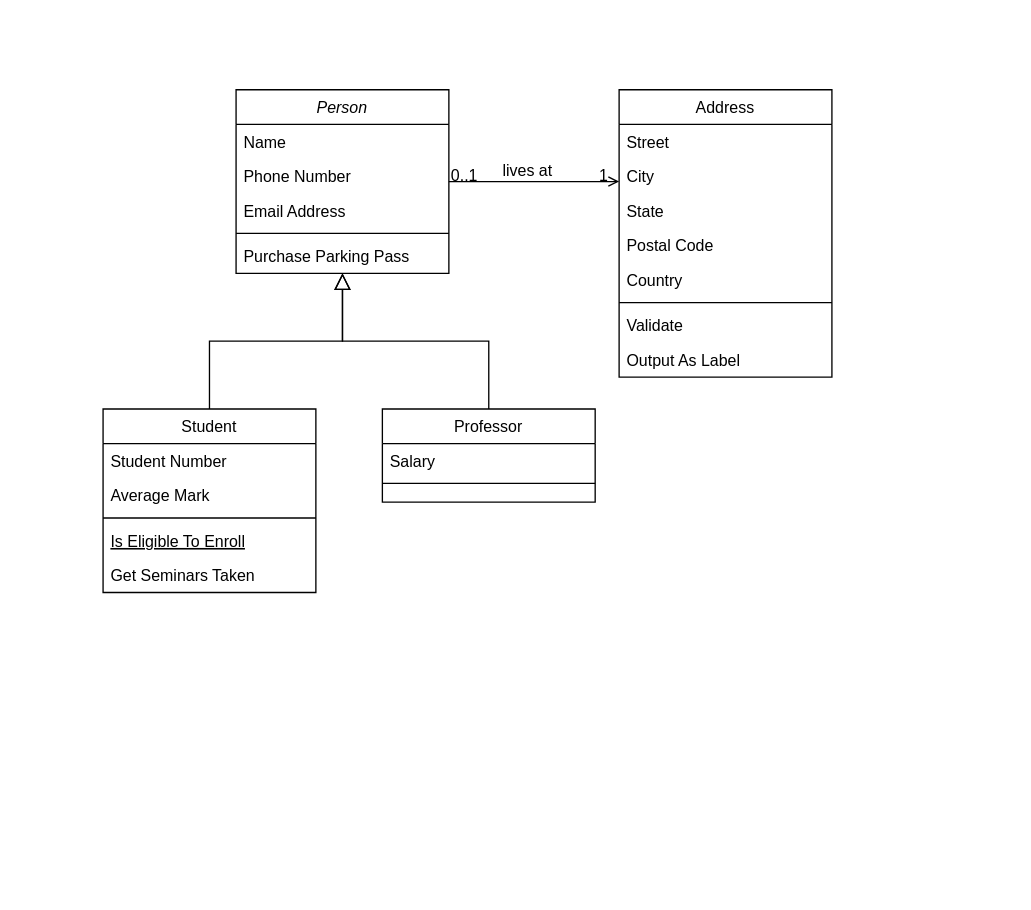
This is potteryEcommerce.drawio from crisjumbo/diagrams, a draw.io file, before an edit. Source tidied: cells renumbered, new cells numbered last; positions are measured from the earlier drawing's top-left corner, leaving out a move shared by most shapes. Both pictures are drawn from the tidied source at 133%, with x=0, y=0 at pixel (102, 89).
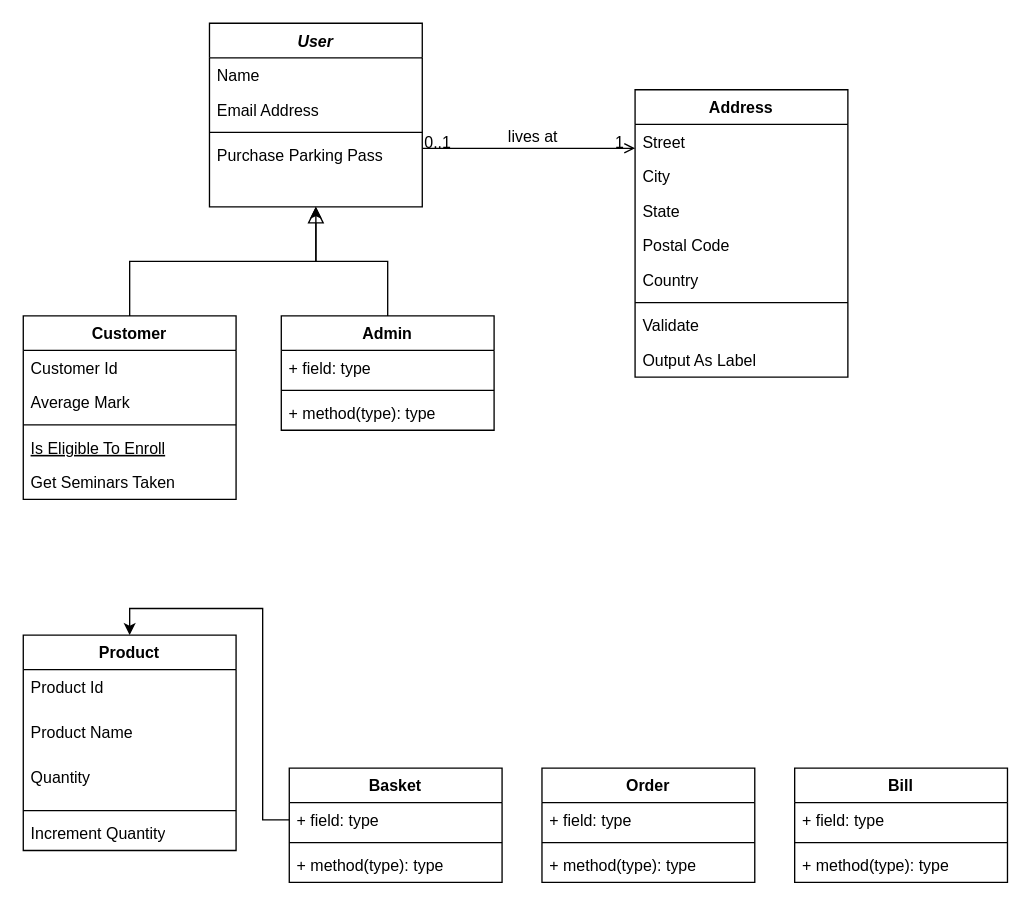
The same diagram, later.

What changed in the source:
```diff
@@
-    <mxCell id="2" value="Person" style="swimlane;fontStyle=2;align=center;verticalAlign=top;horizontal=1;startSize=26;rounded=0;shadow=0;strokeWidth=1;" parent="1" vertex="1">
-      <mxGeometry x="100" width="160" height="138" as="geometry" />
+    <mxCell id="2" value="User" style="swimlane;fontStyle=3;align=center;verticalAlign=top;horizontal=1;startSize=26;rounded=0;shadow=0;strokeWidth=1;" parent="1" vertex="1">
+      <mxGeometry x="80" y="-50" width="160" height="138" as="geometry" />
     </mxCell>
@@
-    <mxCell id="4" value="Phone Number" style="text;align=left;verticalAlign=top;spacingLeft=4;spacingRight=4;overflow=hidden;rounded=0;shadow=0;html=0;" parent="2" vertex="1">
-      <mxGeometry y="52" width="160" height="26" as="geometry" />
-    </mxCell>
     <mxCell id="5" value="Email Address" style="text;align=left;verticalAlign=top;spacingLeft=4;spacingRight=4;overflow=hidden;rounded=0;shadow=0;html=0;" parent="2" vertex="1">
-      <mxGeometry y="78" width="160" height="26" as="geometry" />
+      <mxGeometry y="52" width="160" height="26" as="geometry" />
     </mxCell>
     <mxCell id="6" style="line;html=1;strokeWidth=1;align=left;verticalAlign=middle;spacingTop=-1;spacingLeft=3;spacingRight=3;labelPosition=right;" parent="2" vertex="1">
-      <mxGeometry y="104" width="160" height="8" as="geometry" />
+      <mxGeometry y="78" width="160" height="8" as="geometry" />
     </mxCell>
     <mxCell id="7" value="Purchase Parking Pass" style="text;align=left;verticalAlign=top;spacingLeft=4;spacingRight=4;overflow=hidden;" parent="2" vertex="1">
-      <mxGeometry y="112" width="160" height="26" as="geometry" />
+      <mxGeometry y="86" width="160" height="26" as="geometry" />
     </mxCell>
-    <mxCell id="8" value="Student" style="swimlane;fontStyle=0;align=center;verticalAlign=top;horizontal=1;startSize=26;rounded=0;shadow=0;strokeWidth=1;" parent="1" vertex="1">
-      <mxGeometry y="240" width="160" height="138" as="geometry" />
+    <mxCell id="8" value="Customer" style="swimlane;fontStyle=1;align=center;verticalAlign=top;horizontal=1;startSize=26;rounded=0;shadow=0;strokeWidth=1;" parent="1" vertex="1">
+      <mxGeometry x="-60" y="170" width="160" height="138" as="geometry" />
     </mxCell>
-    <mxCell id="9" value="Student Number" style="text;align=left;verticalAlign=top;spacingLeft=4;spacingRight=4;overflow=hidden;" parent="8" vertex="1">
+    <mxCell id="9" value="Customer Id" style="text;align=left;verticalAlign=top;spacingLeft=4;spacingRight=4;overflow=hidden;" parent="8" vertex="1">
       <mxGeometry y="26" width="160" height="26" as="geometry" />
     </mxCell>
@@
-    <mxCell id="15" value="Professor" style="swimlane;fontStyle=0;align=center;verticalAlign=top;horizontal=1;startSize=26;rounded=0;shadow=0;strokeWidth=1;" parent="1" vertex="1">
-      <mxGeometry x="210" y="240" width="160" height="70" as="geometry" />
-    </mxCell>
-    <mxCell id="16" value="Salary" style="text;align=left;verticalAlign=top;spacingLeft=4;spacingRight=4;overflow=hidden;" parent="15" vertex="1">
-      <mxGeometry y="26" width="160" height="26" as="geometry" />
-    </mxCell>
-    <mxCell id="17" style="line;html=1;strokeWidth=1;align=left;verticalAlign=middle;spacingTop=-1;spacingLeft=3;spacingRight=3;labelPosition=right;" parent="15" vertex="1">
-      <mxGeometry y="52" width="160" height="8" as="geometry" />
-    </mxCell>
-    <mxCell id="18" style="endArrow=block;endSize=10;endFill=0;shadow=0;strokeWidth=1;rounded=0;curved=0;edgeStyle=elbowEdgeStyle;elbow=vertical;" parent="1" edge="1" source="15" target="2">
-      <mxGeometry relative="1" as="geometry" />
-    </mxCell>
-    <mxCell id="19" value="Address" style="swimlane;fontStyle=0;align=center;verticalAlign=top;horizontal=1;startSize=26;rounded=0;shadow=0;strokeWidth=1;" parent="1" vertex="1">
-      <mxGeometry x="388" width="160" height="216" as="geometry" />
+    <mxCell id="19" value="Address" style="swimlane;fontStyle=1;align=center;verticalAlign=top;horizontal=1;startSize=26;rounded=0;shadow=0;strokeWidth=1;" parent="1" vertex="1">
+      <mxGeometry x="400" width="160" height="216" as="geometry" />
     </mxCell>
@@
+    <mxCell id="32" value="Product" style="swimlane;fontStyle=1;align=center;verticalAlign=top;horizontal=1;startSize=26;whiteSpace=wrap;html=1;" parent="1" vertex="1">
+      <mxGeometry x="-60" y="410" width="160" height="162" as="geometry" />
+    </mxCell>
+    <mxCell id="33" value="Product Id" style="text;strokeColor=none;fillColor=none;align=left;verticalAlign=top;spacingLeft=4;spacingRight=4;overflow=hidden;whiteSpace=wrap;html=1;" parent="32" vertex="1">
+      <mxGeometry y="26" width="160" height="34" as="geometry" />
+    </mxCell>
+    <mxCell id="34" value="Product Name" style="text;strokeColor=none;fillColor=none;align=left;verticalAlign=top;spacingLeft=4;spacingRight=4;overflow=hidden;whiteSpace=wrap;html=1;" parent="32" vertex="1">
+      <mxGeometry y="60" width="160" height="34" as="geometry" />
+    </mxCell>
+    <mxCell id="35" value="Quantity" style="text;strokeColor=none;fillColor=none;align=left;verticalAlign=top;spacingLeft=4;spacingRight=4;overflow=hidden;whiteSpace=wrap;html=1;" parent="32" vertex="1">
+      <mxGeometry y="94" width="160" height="34" as="geometry" />
+    </mxCell>
+    <mxCell id="36" style="line;strokeWidth=1;fillColor=none;align=left;verticalAlign=middle;spacingTop=-1;spacingLeft=3;spacingRight=3;labelPosition=right;strokeColor=inherit;" parent="32" vertex="1">
+      <mxGeometry y="128" width="160" height="8" as="geometry" />
+    </mxCell>
+    <mxCell id="37" value="Increment Quantity" style="text;strokeColor=none;fillColor=none;align=left;verticalAlign=top;spacingLeft=4;spacingRight=4;overflow=hidden;whiteSpace=wrap;html=1;" parent="32" vertex="1">
+      <mxGeometry y="136" width="160" height="26" as="geometry" />
+    </mxCell>
+    <mxCell id="38" value="Basket" style="swimlane;fontStyle=1;align=center;verticalAlign=top;horizontal=1;startSize=26;whiteSpace=wrap;html=1;" parent="1" vertex="1">
+      <mxGeometry x="140" y="510" width="160" height="86" as="geometry" />
+    </mxCell>
+    <mxCell id="39" value="+ field: type" style="text;strokeColor=none;fillColor=none;align=left;verticalAlign=top;spacingLeft=4;spacingRight=4;overflow=hidden;points=[[0,0.5],[1,0.5]];portConstraint=eastwest;whiteSpace=wrap;html=1;" parent="38" vertex="1">
+      <mxGeometry y="26" width="160" height="26" as="geometry" />
+    </mxCell>
+    <mxCell id="40" style="line;strokeWidth=1;fillColor=none;align=left;verticalAlign=middle;spacingTop=-1;spacingLeft=3;spacingRight=3;labelPosition=right;strokeColor=inherit;" parent="38" vertex="1">
+      <mxGeometry y="52" width="160" height="8" as="geometry" />
+    </mxCell>
+    <mxCell id="41" value="+ method(type): type" style="text;strokeColor=none;fillColor=none;align=left;verticalAlign=top;spacingLeft=4;spacingRight=4;overflow=hidden;whiteSpace=wrap;html=1;" parent="38" vertex="1">
+      <mxGeometry y="60" width="160" height="26" as="geometry" />
+    </mxCell>
+    <mxCell id="42" style="edgeStyle=orthogonalEdgeStyle;rounded=0;jettySize=auto;html=1;entryX=0.5;entryY=0;entryDx=0;entryDy=0;" parent="1" edge="1" source="39" target="32">
+      <mxGeometry relative="1" as="geometry" />
+    </mxCell>
+    <mxCell id="43" value="Order" style="swimlane;fontStyle=1;align=center;verticalAlign=top;horizontal=1;startSize=26;whiteSpace=wrap;html=1;" parent="1" vertex="1">
+      <mxGeometry x="330" y="510" width="160" height="86" as="geometry" />
+    </mxCell>
+    <mxCell id="44" value="+ field: type" style="text;strokeColor=none;fillColor=none;align=left;verticalAlign=top;spacingLeft=4;spacingRight=4;overflow=hidden;whiteSpace=wrap;html=1;" parent="43" vertex="1">
+      <mxGeometry y="26" width="160" height="26" as="geometry" />
+    </mxCell>
+    <mxCell id="45" style="line;strokeWidth=1;fillColor=none;align=left;verticalAlign=middle;spacingTop=-1;spacingLeft=3;spacingRight=3;labelPosition=right;strokeColor=inherit;" parent="43" vertex="1">
+      <mxGeometry y="52" width="160" height="8" as="geometry" />
+    </mxCell>
+    <mxCell id="46" value="+ method(type): type" style="text;strokeColor=none;fillColor=none;align=left;verticalAlign=top;spacingLeft=4;spacingRight=4;overflow=hidden;whiteSpace=wrap;html=1;" parent="43" vertex="1">
+      <mxGeometry y="60" width="160" height="26" as="geometry" />
+    </mxCell>
+    <mxCell id="47" value="Bill" style="swimlane;fontStyle=1;align=center;verticalAlign=top;horizontal=1;startSize=26;whiteSpace=wrap;html=1;" parent="1" vertex="1">
+      <mxGeometry x="520" y="510" width="160" height="86" as="geometry" />
+    </mxCell>
+    <mxCell id="48" value="+ field: type" style="text;strokeColor=none;fillColor=none;align=left;verticalAlign=top;spacingLeft=4;spacingRight=4;overflow=hidden;whiteSpace=wrap;html=1;" parent="47" vertex="1">
+      <mxGeometry y="26" width="160" height="26" as="geometry" />
+    </mxCell>
+    <mxCell id="49" style="line;strokeWidth=1;fillColor=none;align=left;verticalAlign=middle;spacingTop=-1;spacingLeft=3;spacingRight=3;labelPosition=right;strokeColor=inherit;" parent="47" vertex="1">
+      <mxGeometry y="52" width="160" height="8" as="geometry" />
+    </mxCell>
+    <mxCell id="50" value="+ method(type): type" style="text;strokeColor=none;fillColor=none;align=left;verticalAlign=top;spacingLeft=4;spacingRight=4;overflow=hidden;whiteSpace=wrap;html=1;" parent="47" vertex="1">
+      <mxGeometry y="60" width="160" height="26" as="geometry" />
+    </mxCell>
+    <mxCell id="51" style="edgeStyle=orthogonalEdgeStyle;rounded=0;jettySize=auto;html=1;entryX=0.5;entryY=1;entryDx=0;entryDy=0;" parent="1" edge="1" source="52" target="2">
+      <mxGeometry relative="1" as="geometry" />
+    </mxCell>
+    <mxCell id="52" value="Admin" style="swimlane;fontStyle=1;align=center;verticalAlign=top;horizontal=1;startSize=26;whiteSpace=wrap;html=1;" parent="1" vertex="1">
+      <mxGeometry x="134" y="170" width="160" height="86" as="geometry" />
+    </mxCell>
+    <mxCell id="53" value="+ field: type" style="text;strokeColor=none;fillColor=none;align=left;verticalAlign=top;spacingLeft=4;spacingRight=4;overflow=hidden;whiteSpace=wrap;html=1;" parent="52" vertex="1">
+      <mxGeometry y="26" width="160" height="26" as="geometry" />
+    </mxCell>
+    <mxCell id="54" style="line;strokeWidth=1;fillColor=none;align=left;verticalAlign=middle;spacingTop=-1;spacingLeft=3;spacingRight=3;labelPosition=right;strokeColor=inherit;" parent="52" vertex="1">
+      <mxGeometry y="52" width="160" height="8" as="geometry" />
+    </mxCell>
+    <mxCell id="55" value="+ method(type): type" style="text;strokeColor=none;fillColor=none;align=left;verticalAlign=top;spacingLeft=4;spacingRight=4;overflow=hidden;whiteSpace=wrap;html=1;" parent="52" vertex="1">
+      <mxGeometry y="60" width="160" height="26" as="geometry" />
+    </mxCell>
```
